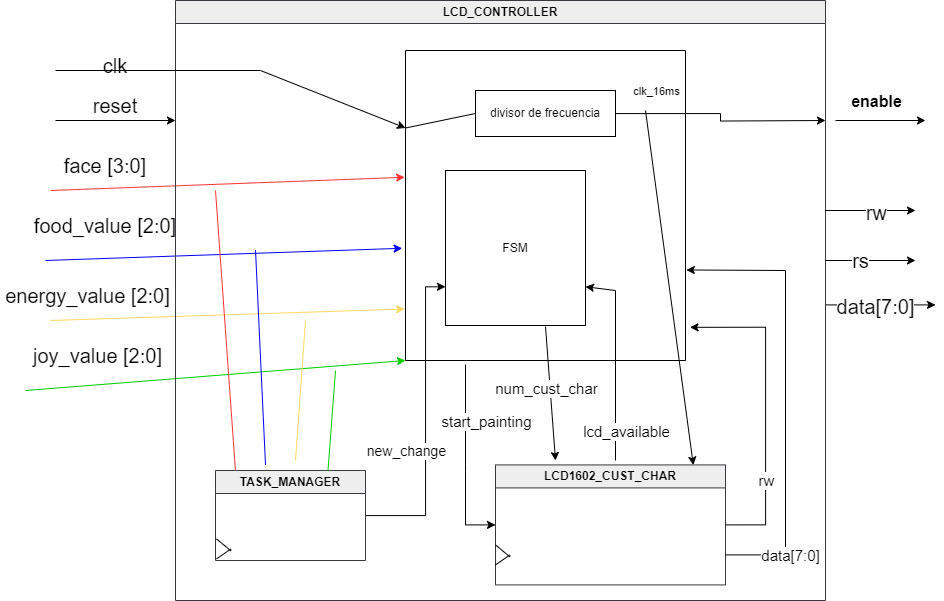
Earlier version of the draw.io export figs/lcd/cajaNegra.png (unal-edigital1-lab/entrega-1-proyecto-grupo01-2024-1). Source tidied: cells renumbered, new cells last; positions are measured from the earlier drawing's top-left corner, leaving out a move shared by most shapes. The source it was exported from:
```xml
<mxGraphModel>
  <root>
    <mxCell id="0" />
    <mxCell id="1" parent="0" />
    <mxCell id="2" style="endArrow=classic;html=1;rounded=0;" parent="1" edge="1">
      <mxGeometry relative="1" as="geometry">
        <mxPoint x="55" y="120" as="sourcePoint" />
        <mxPoint x="175" y="120" as="targetPoint" />
      </mxGeometry>
    </mxCell>
    <mxCell id="3" style="endArrow=classic;html=1;rounded=0;strokeColor=#FF3333;entryX=-0.003;entryY=0.409;entryDx=0;entryDy=0;entryPerimeter=0;" parent="1" edge="1" target="15">
      <mxGeometry relative="1" as="geometry">
        <mxPoint x="50" y="190" as="sourcePoint" />
      </mxGeometry>
    </mxCell>
    <mxCell id="4" style="endArrow=classic;html=1;rounded=0;fillColor=#B5739D;strokeColor=#0000FF;entryX=-0.012;entryY=0.638;entryDx=0;entryDy=0;entryPerimeter=0;" parent="1" edge="1" target="15">
      <mxGeometry relative="1" as="geometry">
        <mxPoint x="45" y="260" as="sourcePoint" />
      </mxGeometry>
    </mxCell>
    <mxCell id="5" style="endArrow=classic;html=1;rounded=0;strokeColor=#FFD966;entryX=-0.003;entryY=0.834;entryDx=0;entryDy=0;entryPerimeter=0;" parent="1" edge="1" target="15">
      <mxGeometry relative="1" as="geometry">
        <mxPoint x="50" y="320" as="sourcePoint" />
      </mxGeometry>
    </mxCell>
    <mxCell id="6" style="endArrow=classic;html=1;rounded=0;strokeColor=#00CC00;entryX=0;entryY=1;entryDx=0;entryDy=0;" parent="1" edge="1" target="15">
      <mxGeometry relative="1" as="geometry">
        <mxPoint x="25" y="390" as="sourcePoint" />
      </mxGeometry>
    </mxCell>
    <mxCell id="7" value="reset" style="text;html=1;align=center;verticalAlign=middle;whiteSpace=wrap;rounded=0;fontSize=20;" parent="1" vertex="1">
      <mxGeometry x="85" y="90" width="60" height="30" as="geometry" />
    </mxCell>
    <mxCell id="8" value="clk" style="text;html=1;align=center;verticalAlign=middle;whiteSpace=wrap;rounded=0;fontSize=20;" parent="1" vertex="1">
      <mxGeometry x="85" y="50" width="60" height="30" as="geometry" />
    </mxCell>
    <mxCell id="9" value="face [3:0]" style="text;html=1;align=center;verticalAlign=middle;whiteSpace=wrap;rounded=0;fontSize=20;strokeColor=none;fillColor=none;" parent="1" vertex="1">
      <mxGeometry x="55" y="150" width="100" height="30" as="geometry" />
    </mxCell>
    <mxCell id="10" value="food_value [2:0]" style="text;html=1;align=center;verticalAlign=middle;whiteSpace=wrap;rounded=0;fontSize=20;strokeColor=none;fillColor=none;" parent="1" vertex="1">
      <mxGeometry x="30" y="210" width="150" height="30" as="geometry" />
    </mxCell>
    <mxCell id="11" value="energy_value [2:0]" style="text;html=1;align=center;verticalAlign=middle;whiteSpace=wrap;rounded=0;fontSize=20;strokeColor=none;fillColor=none;" parent="1" vertex="1">
      <mxGeometry y="280" width="175" height="30" as="geometry" />
    </mxCell>
    <mxCell id="12" value="joy_value [2:0]" style="text;html=1;align=center;verticalAlign=middle;whiteSpace=wrap;rounded=0;fontSize=20;strokeColor=none;fillColor=none;" parent="1" vertex="1">
      <mxGeometry x="30" y="340" width="135" height="30" as="geometry" />
    </mxCell>
    <mxCell id="13" value="LCD_CONTROLLER" style="swimlane;whiteSpace=wrap;html=1;fillColor=#eeeeee;strokeColor=#36393d;" parent="1" vertex="1">
      <mxGeometry x="175" width="650" height="600" as="geometry" />
    </mxCell>
    <mxCell id="14" value="&lt;span style=&quot;text-wrap: nowrap;&quot;&gt;LCD1602_CUST_CHAR&lt;/span&gt;" style="swimlane;whiteSpace=wrap;html=1;fillColor=#eeeeee;strokeColor=#36393d;" parent="13" vertex="1">
      <mxGeometry x="320" y="464.4" width="230" height="120" as="geometry" />
    </mxCell>
    <mxCell id="15" style="swimlane;startSize=0;" parent="13" vertex="1">
      <mxGeometry x="230" y="50" width="280" height="310" as="geometry" />
    </mxCell>
    <mxCell id="16" style="edgeStyle=orthogonalEdgeStyle;rounded=0;jettySize=auto;html=1;" parent="15" edge="1" source="18">
      <mxGeometry relative="1" as="geometry">
        <mxPoint x="420" y="70" as="targetPoint" />
      </mxGeometry>
    </mxCell>
    <mxCell id="17" value="clk_16ms" style="edgeLabel;html=1;align=center;verticalAlign=middle;" parent="16" vertex="1">
      <mxGeometry x="-0.17" y="-7" relative="1" as="geometry">
        <mxPoint x="-49" y="-30" as="offset" />
      </mxGeometry>
    </mxCell>
    <mxCell id="18" value="divisor de frecuencia" style="rounded=0;whiteSpace=wrap;html=1;" parent="15" vertex="1">
      <mxGeometry x="70" y="40" width="140" height="46" as="geometry" />
    </mxCell>
    <mxCell id="19" value="FSM" style="rounded=0;whiteSpace=wrap;html=1;" parent="15" vertex="1">
      <mxGeometry x="40" y="120" width="140" height="155" as="geometry" />
    </mxCell>
    <mxCell id="20" style="endArrow=none;html=1;rounded=0;exitX=0;exitY=0.5;exitDx=0;exitDy=0;entryX=0;entryY=0.25;entryDx=0;entryDy=0;" parent="15" edge="1" source="18" target="15">
      <mxGeometry relative="1" as="geometry" />
    </mxCell>
    <mxCell id="21" style="endArrow=classic;html=1;rounded=0;" parent="13" edge="1">
      <mxGeometry relative="1" as="geometry">
        <mxPoint x="370" y="326" as="sourcePoint" />
        <mxPoint x="380" y="460" as="targetPoint" />
      </mxGeometry>
    </mxCell>
    <mxCell id="22" value="num_cust_char" style="edgeLabel;html=1;align=center;verticalAlign=middle;fontSize=15;" parent="21" vertex="1">
      <mxGeometry x="-0.03" y="-1" relative="1" as="geometry">
        <mxPoint x="-4" y="-4" as="offset" />
      </mxGeometry>
    </mxCell>
    <mxCell id="23" style="endArrow=classic;html=1;rounded=0;entryX=0.86;entryY=0.001;entryDx=0;entryDy=0;entryPerimeter=0;" parent="13" edge="1" target="14">
      <mxGeometry relative="1" as="geometry">
        <mxPoint x="470" y="110" as="sourcePoint" />
      </mxGeometry>
    </mxCell>
    <mxCell id="24" style="edgeStyle=orthogonalEdgeStyle;rounded=0;jettySize=auto;html=1;entryX=1.016;entryY=0.893;entryDx=0;entryDy=0;entryPerimeter=0;" parent="13" edge="1" target="15">
      <mxGeometry relative="1" as="geometry">
        <mxPoint x="550" y="524.4" as="sourcePoint" />
        <Array as="points">
          <mxPoint x="590" y="524" />
          <mxPoint x="590" y="327" />
        </Array>
      </mxGeometry>
    </mxCell>
    <mxCell id="25" value="rw" style="edgeLabel;html=1;align=center;verticalAlign=middle;fontSize=15;" parent="24" vertex="1">
      <mxGeometry x="-0.46" relative="1" as="geometry" />
    </mxCell>
    <mxCell id="26" style="endArrow=none;html=1;rounded=0;exitX=0;exitY=1;exitDx=0;exitDy=0;" parent="13" edge="1">
      <mxGeometry relative="1" as="geometry">
        <mxPoint x="320" y="564.4" as="sourcePoint" />
        <mxPoint x="334.5" y="554.4" as="targetPoint" />
      </mxGeometry>
    </mxCell>
    <mxCell id="27" style="endArrow=none;html=1;rounded=0;exitX=0;exitY=0.75;exitDx=0;exitDy=0;" parent="13" edge="1">
      <mxGeometry relative="1" as="geometry">
        <mxPoint x="320" y="544.4" as="sourcePoint" />
        <mxPoint x="334.5" y="556.4" as="targetPoint" />
      </mxGeometry>
    </mxCell>
    <mxCell id="28" style="endArrow=classic;html=1;rounded=0;entryX=0;entryY=0.5;entryDx=0;entryDy=0;" parent="13" edge="1">
      <mxGeometry relative="1" as="geometry">
        <mxPoint x="290" y="364" as="sourcePoint" />
        <mxPoint x="320" y="524.4" as="targetPoint" />
        <Array as="points">
          <mxPoint x="290" y="364.4" />
          <mxPoint x="290" y="464.4" />
          <mxPoint x="290" y="524.4" />
        </Array>
      </mxGeometry>
    </mxCell>
    <mxCell id="29" value="start_painting" style="edgeLabel;html=1;align=center;verticalAlign=middle;fontSize=15;" parent="28" vertex="1">
      <mxGeometry x="-0.02" y="-2" relative="1" as="geometry">
        <mxPoint x="22" y="-37" as="offset" />
      </mxGeometry>
    </mxCell>
    <mxCell id="30" style="endArrow=classic;html=1;rounded=0;entryX=1;entryY=0.75;entryDx=0;entryDy=0;" parent="13" edge="1" target="19">
      <mxGeometry relative="1" as="geometry">
        <mxPoint x="440" y="460" as="sourcePoint" />
        <Array as="points">
          <mxPoint x="440" y="290" />
        </Array>
      </mxGeometry>
    </mxCell>
    <mxCell id="31" value="lcd_available" style="edgeLabel;html=1;align=center;verticalAlign=middle;fontSize=15;" parent="30" vertex="1">
      <mxGeometry y="2" relative="1" as="geometry">
        <mxPoint x="12" y="70" as="offset" />
      </mxGeometry>
    </mxCell>
    <mxCell id="32" style="endArrow=classic;html=1;rounded=0;entryX=1.003;entryY=0.708;entryDx=0;entryDy=0;entryPerimeter=0;" parent="13" edge="1" target="15">
      <mxGeometry relative="1" as="geometry">
        <mxPoint x="550" y="554.4" as="sourcePoint" />
        <Array as="points">
          <mxPoint x="610" y="554.4" />
          <mxPoint x="610" y="270" />
        </Array>
      </mxGeometry>
    </mxCell>
    <mxCell id="33" value="data[7:0]" style="edgeLabel;html=1;align=center;verticalAlign=middle;fontSize=15;" parent="32" vertex="1">
      <mxGeometry x="-0.78" y="1" relative="1" as="geometry">
        <mxPoint x="15" y="1" as="offset" />
      </mxGeometry>
    </mxCell>
    <mxCell id="34" style="endArrow=classic;html=1;rounded=0;entryX=0;entryY=0.25;entryDx=0;entryDy=0;" parent="13" edge="1" target="15">
      <mxGeometry relative="1" as="geometry">
        <mxPoint x="-120" y="70" as="sourcePoint" />
        <Array as="points">
          <mxPoint x="85" y="70" />
        </Array>
      </mxGeometry>
    </mxCell>
    <mxCell id="35" style="edgeStyle=orthogonalEdgeStyle;rounded=0;jettySize=auto;html=1;entryX=0;entryY=0.75;entryDx=0;entryDy=0;" parent="13" edge="1" source="37" target="19">
      <mxGeometry relative="1" as="geometry">
        <Array as="points">
          <mxPoint x="250" y="515" />
          <mxPoint x="250" y="286" />
        </Array>
      </mxGeometry>
    </mxCell>
    <mxCell id="36" value="&lt;font style=&quot;font-size: 14px;&quot;&gt;new_change&lt;/font&gt;" style="edgeLabel;html=1;align=center;verticalAlign=middle;fontSize=14;" parent="35" vertex="1">
      <mxGeometry x="-0.36" y="-2" relative="1" as="geometry">
        <mxPoint x="-22" y="-25" as="offset" />
      </mxGeometry>
    </mxCell>
    <mxCell id="37" value="TASK_MANAGER" style="swimlane;whiteSpace=wrap;html=1;fillColor=#eeeeee;strokeColor=#36393d;" parent="13" vertex="1">
      <mxGeometry x="40" y="470" width="150" height="90" as="geometry" />
    </mxCell>
    <mxCell id="38" style="endArrow=none;html=1;rounded=0;entryX=0.133;entryY=0;entryDx=0;entryDy=0;strokeColor=#FF3333;entryPerimeter=0;fillColor=#FF3333;" parent="13" edge="1" target="37">
      <mxGeometry relative="1" as="geometry">
        <mxPoint x="40" y="190" as="sourcePoint" />
      </mxGeometry>
    </mxCell>
    <mxCell id="39" style="endArrow=none;html=1;rounded=0;entryX=0.75;entryY=0;entryDx=0;entryDy=0;strokeColor=#00CC00;" parent="13" edge="1" target="37">
      <mxGeometry relative="1" as="geometry">
        <mxPoint x="160" y="370" as="sourcePoint" />
      </mxGeometry>
    </mxCell>
    <mxCell id="40" style="endArrow=none;html=1;rounded=0;strokeColor=#FFD966;" parent="13" edge="1">
      <mxGeometry relative="1" as="geometry">
        <mxPoint x="130" y="320" as="sourcePoint" />
        <mxPoint x="120" y="460" as="targetPoint" />
      </mxGeometry>
    </mxCell>
    <mxCell id="41" style="endArrow=none;html=1;rounded=0;entryX=0.133;entryY=0;entryDx=0;entryDy=0;strokeColor=#0000FF;entryPerimeter=0;" parent="13" edge="1">
      <mxGeometry relative="1" as="geometry">
        <mxPoint x="80" y="249.4" as="sourcePoint" />
        <mxPoint x="90" y="464.4" as="targetPoint" />
      </mxGeometry>
    </mxCell>
    <mxCell id="42" style="endArrow=classic;html=1;rounded=0;" parent="1" edge="1">
      <mxGeometry relative="1" as="geometry">
        <mxPoint x="825" y="260" as="sourcePoint" />
        <mxPoint x="915" y="260" as="targetPoint" />
      </mxGeometry>
    </mxCell>
    <mxCell id="43" value="rs" style="edgeLabel;html=1;align=center;verticalAlign=middle;fontSize=20;" parent="42" vertex="1">
      <mxGeometry x="-0.22" y="1" relative="1" as="geometry" />
    </mxCell>
    <mxCell id="44" style="endArrow=classic;html=1;rounded=0;" parent="1" edge="1">
      <mxGeometry relative="1" as="geometry">
        <mxPoint x="825" y="210" as="sourcePoint" />
        <mxPoint x="915" y="210" as="targetPoint" />
      </mxGeometry>
    </mxCell>
    <mxCell id="45" value="rw" style="edgeLabel;html=1;align=center;verticalAlign=middle;fontSize=20;" parent="44" vertex="1">
      <mxGeometry x="-0.27" y="-1" relative="1" as="geometry">
        <mxPoint x="17" as="offset" />
      </mxGeometry>
    </mxCell>
    <mxCell id="46" style="endArrow=classic;html=1;rounded=0;" parent="1" edge="1">
      <mxGeometry relative="1" as="geometry">
        <mxPoint x="825" y="304.4" as="sourcePoint" />
        <mxPoint x="935" y="304.4" as="targetPoint" />
      </mxGeometry>
    </mxCell>
    <mxCell id="47" value="data[7:0]" style="edgeLabel;html=1;align=center;verticalAlign=middle;fontSize=20;" parent="46" vertex="1">
      <mxGeometry x="-0.17" y="4" relative="1" as="geometry">
        <mxPoint x="4" y="5" as="offset" />
      </mxGeometry>
    </mxCell>
    <mxCell id="48" style="endArrow=classic;html=1;rounded=0;" parent="1" edge="1">
      <mxGeometry relative="1" as="geometry">
        <mxPoint x="835" y="120" as="sourcePoint" />
        <mxPoint x="925" y="120" as="targetPoint" />
      </mxGeometry>
    </mxCell>
    <mxCell id="49" value="enable" style="edgeLabel;html=1;align=center;verticalAlign=middle;fontStyle=1;fontSize=16;" parent="48" vertex="1">
      <mxGeometry x="-0.04" relative="1" as="geometry">
        <mxPoint x="-4" y="-20" as="offset" />
      </mxGeometry>
    </mxCell>
    <mxCell id="50" style="endArrow=none;html=1;rounded=0;exitX=0;exitY=1;exitDx=0;exitDy=0;" parent="1" edge="1">
      <mxGeometry relative="1" as="geometry">
        <mxPoint x="216" y="558.4" as="sourcePoint" />
        <mxPoint x="230.5" y="548.4" as="targetPoint" />
      </mxGeometry>
    </mxCell>
    <mxCell id="51" style="endArrow=none;html=1;rounded=0;exitX=0;exitY=0.75;exitDx=0;exitDy=0;" parent="1" edge="1">
      <mxGeometry relative="1" as="geometry">
        <mxPoint x="216" y="538.4" as="sourcePoint" />
        <mxPoint x="230.5" y="550.4" as="targetPoint" />
      </mxGeometry>
    </mxCell>
  </root>
</mxGraphModel>
```
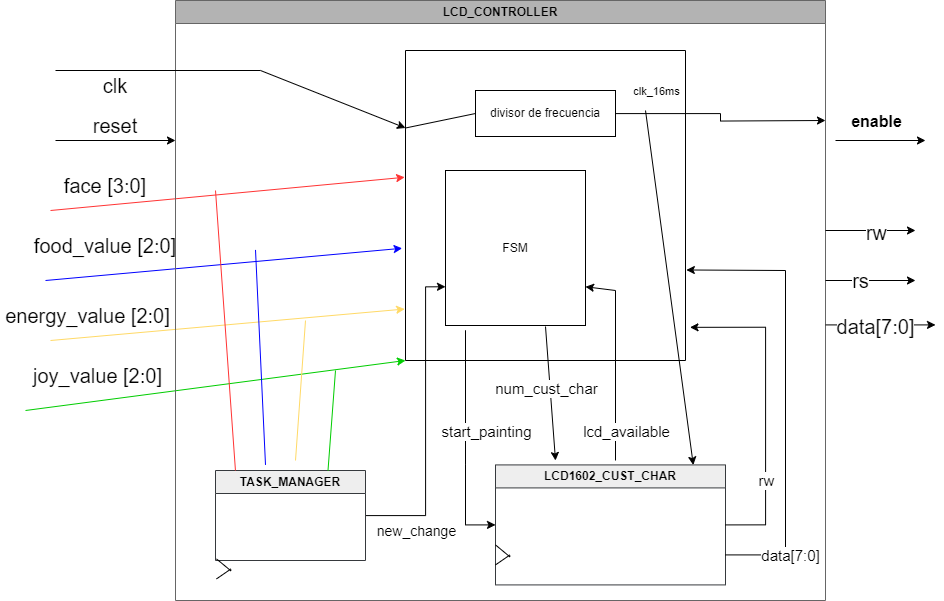
After the change.

Change to the diagram source:
```diff
@@ -46,8 +46,8 @@
     <mxCell id="12" value="joy_value [2:0]" style="text;html=1;align=center;verticalAlign=middle;whiteSpace=wrap;rounded=0;fontSize=20;strokeColor=none;fillColor=none;" parent="1" vertex="1">
       <mxGeometry x="30" y="340" width="135" height="30" as="geometry" />
     </mxCell>
-    <mxCell id="13" value="LCD_CONTROLLER" style="swimlane;whiteSpace=wrap;html=1;fillColor=#eeeeee;strokeColor=#36393d;" parent="1" vertex="1">
-      <mxGeometry x="175" width="650" height="600" as="geometry" />
+    <mxCell id="13" value="LCD_CONTROLLER" style="swimlane;whiteSpace=wrap;html=1;fillColor=#B3B3B3;strokeColor=#666666;gradientColor=#b3b3b3;" parent="1" vertex="1">
+      <mxGeometry x="175" y="-20" width="650" height="600" as="geometry" />
     </mxCell>
     <mxCell id="14" value="&lt;span style=&quot;text-wrap: nowrap;&quot;&gt;LCD1602_CUST_CHAR&lt;/span&gt;" style="swimlane;whiteSpace=wrap;html=1;fillColor=#eeeeee;strokeColor=#36393d;" parent="13" vertex="1">
       <mxGeometry x="320" y="464.4" width="230" height="120" as="geometry" />
@@ -119,6 +119,7 @@
         <mxPoint x="290" y="364" as="sourcePoint" />
         <mxPoint x="320" y="524.4" as="targetPoint" />
         <Array as="points">
+          <mxPoint x="290" y="330" />
           <mxPoint x="290" y="364.4" />
           <mxPoint x="290" y="464.4" />
           <mxPoint x="290" y="524.4" />
@@ -127,7 +128,7 @@
     </mxCell>
     <mxCell id="29" value="start_painting" style="edgeLabel;html=1;align=center;verticalAlign=middle;fontSize=15;" parent="28" vertex="1">
       <mxGeometry x="-0.02" y="-2" relative="1" as="geometry">
-        <mxPoint x="22" y="-37" as="offset" />
+        <mxPoint x="22" y="7" as="offset" />
       </mxGeometry>
     </mxCell>
     <mxCell id="30" style="endArrow=classic;html=1;rounded=0;entryX=1;entryY=0.75;entryDx=0;entryDy=0;" parent="13" edge="1" target="19">
@@ -175,7 +176,7 @@
     </mxCell>
     <mxCell id="36" value="&lt;font style=&quot;font-size: 14px;&quot;&gt;new_change&lt;/font&gt;" style="edgeLabel;html=1;align=center;verticalAlign=middle;fontSize=14;" parent="35" vertex="1">
       <mxGeometry x="-0.36" y="-2" relative="1" as="geometry">
-        <mxPoint x="-22" y="-25" as="offset" />
+        <mxPoint x="-12" y="55" as="offset" />
       </mxGeometry>
     </mxCell>
     <mxCell id="37" value="TASK_MANAGER" style="swimlane;whiteSpace=wrap;html=1;fillColor=#eeeeee;strokeColor=#36393d;" parent="13" vertex="1">
```
